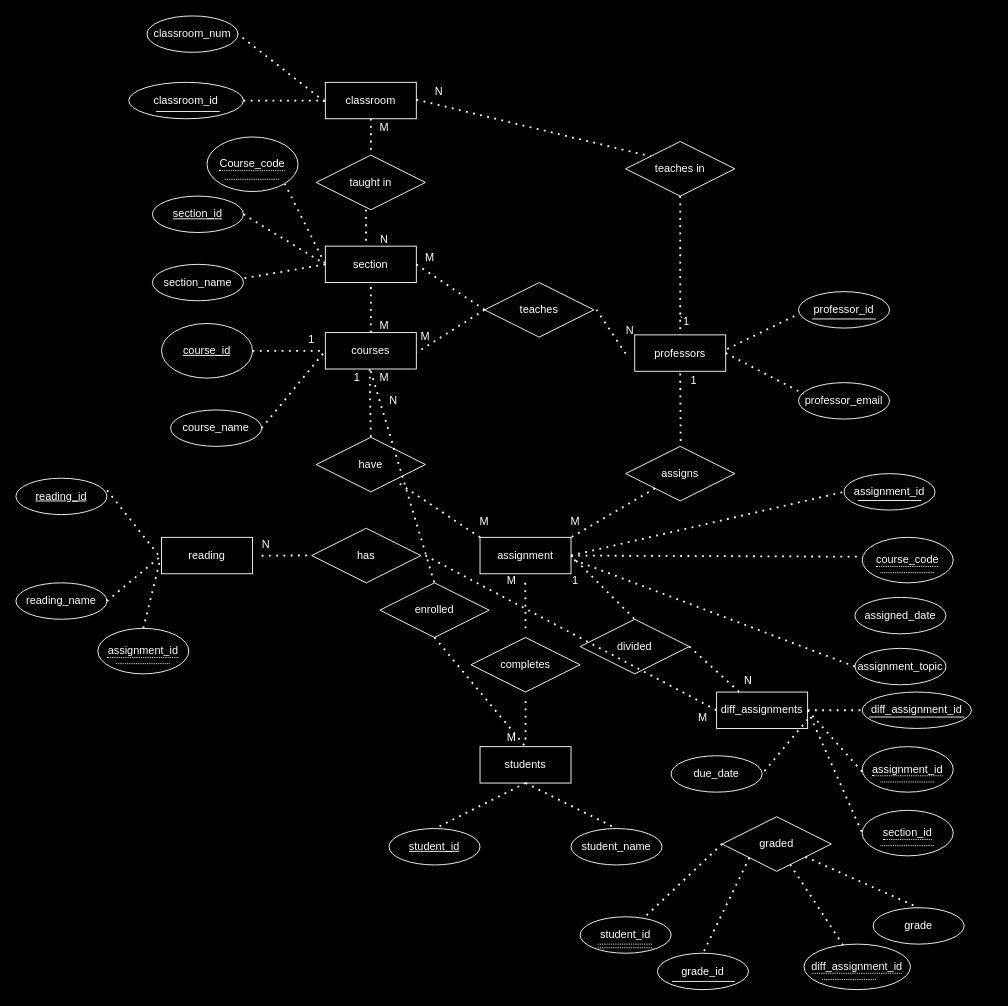
dbdesign-students-spring2024/5-database-design-yaashnaa keeps this draw.io diagram as page "Basic shapes" (1 of 5) of images/digram.drawio. Above is the earlier version. Source tidied: cells renumbered, new cells numbered last; positions are measured from the earlier drawing's top-left corner, leaving out a move shared by most shapes. Both pictures are drawn from the tidied source at 91%, with x=0, y=0 at pixel (15, 15).
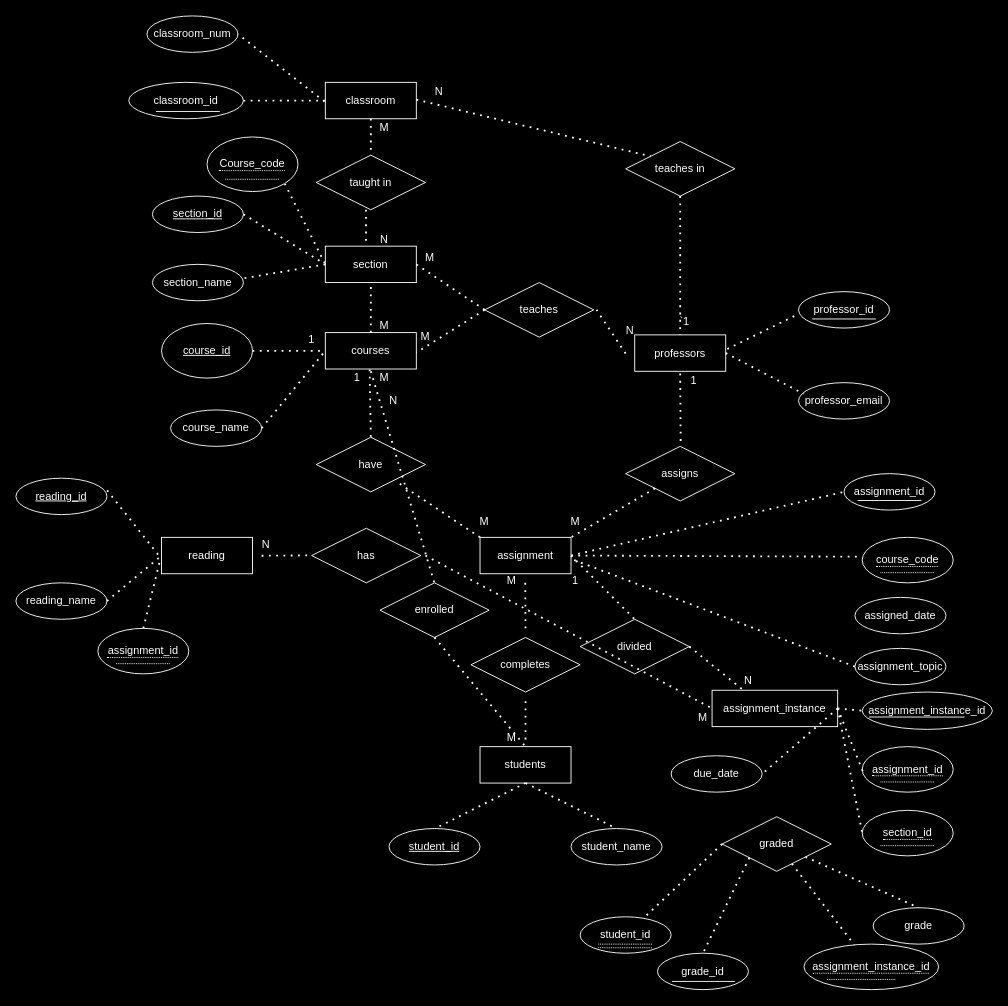
The same diagram, later.

Unchanged cells that the change refers to:
```xml
<mxCell id="100" value="&lt;span style=&quot;border-bottom: 1px dotted&quot;&gt;section_id&lt;/span&gt;" style="ellipse;whiteSpace=wrap;html=1;align=center;strokeColor=#FFFFFF;fillColor=none;fontColor=#FFFFFF;" parent="99" vertex="1">
  <mxGeometry width="100" height="50" as="geometry" />
</mxCell>
<mxCell id="105" value="due_date" style="ellipse;whiteSpace=wrap;html=1;align=center;strokeColor=#FFFFFF;fillColor=none;fontColor=#FFFFFF;" parent="1" vertex="1">
  <mxGeometry x="720" y="813" width="100" height="40" as="geometry" />
</mxCell>
```

What changed in the source:
```diff
@@
-    <mxCell id="4" value="diff_assignment_id" style="ellipse;whiteSpace=wrap;html=1;align=center;strokeColor=#FFFFFF;fillColor=none;fontColor=#FFFFFF;" parent="1" vertex="1">
-      <mxGeometry x="930" y="743" width="120" height="40" as="geometry" />
+    <mxCell id="4" value="assignment_instance_id" style="ellipse;whiteSpace=wrap;html=1;align=center;strokeColor=#FFFFFF;fillColor=none;fontColor=#FFFFFF;" parent="1" vertex="1">
+      <mxGeometry x="930" y="743" width="143" height="41" as="geometry" />
     </mxCell>
@@
-    <mxCell id="90" value="diff_assignments" style="whiteSpace=wrap;html=1;align=center;strokeColor=#FFFFFF;fillColor=none;fontColor=#FFFFFF;" parent="1" vertex="1">
-      <mxGeometry x="770" y="743" width="100" height="40" as="geometry" />
+    <mxCell id="90" value="assignment_instance" style="whiteSpace=wrap;html=1;align=center;strokeColor=#FFFFFF;fillColor=none;fontColor=#FFFFFF;" parent="1" vertex="1">
+      <mxGeometry x="765" y="741" width="138" height="40" as="geometry" />
     </mxCell>
@@
-    <mxCell id="103" style="endArrow=none;dashed=1;html=1;dashPattern=1 3;strokeWidth=2;rounded=0;strokeColor=#FFFFFF;entryX=0;entryY=0.5;entryDx=0;entryDy=0;" parent="1" edge="1" target="100">
-      <mxGeometry relative="1" as="geometry">
-        <mxPoint x="870" y="763" as="sourcePoint" />
-      </mxGeometry>
+    <mxCell id="103" style="endArrow=none;dashed=1;html=1;dashPattern=1 3;strokeWidth=2;rounded=0;strokeColor=#FFFFFF;entryX=0;entryY=0.5;entryDx=0;entryDy=0;exitX=1;exitY=0.5;exitDx=0;exitDy=0;" parent="1" edge="1" source="90" target="100">
+      <mxGeometry relative="1" as="geometry" />
     </mxCell>
@@
-    <mxCell id="106" style="endArrow=none;dashed=1;html=1;dashPattern=1 3;strokeWidth=2;rounded=0;strokeColor=#FFFFFF;entryX=1;entryY=0.5;entryDx=0;entryDy=0;" parent="1" edge="1" target="105">
-      <mxGeometry relative="1" as="geometry">
-        <mxPoint x="870" y="773" as="sourcePoint" />
-      </mxGeometry>
+    <mxCell id="106" style="endArrow=none;dashed=1;html=1;dashPattern=1 3;strokeWidth=2;rounded=0;strokeColor=#FFFFFF;entryX=1;entryY=0.5;entryDx=0;entryDy=0;exitX=1;exitY=0.5;exitDx=0;exitDy=0;" parent="1" edge="1" source="90" target="105">
+      <mxGeometry relative="1" as="geometry" />
     </mxCell>
@@
     <mxCell id="128" style="group;" parent="1" vertex="1">
-      <mxGeometry x="866" y="1020" width="117" height="50" as="geometry" />
+      <mxGeometry x="866" y="1020" width="148" height="50" as="geometry" />
     </mxCell>
-    <mxCell id="129" value="&lt;span style=&quot;border-bottom: 1px dotted&quot;&gt;diff_assignment_id&lt;/span&gt;" style="ellipse;whiteSpace=wrap;html=1;align=center;strokeColor=#FFFFFF;fillColor=none;fontColor=#FFFFFF;" parent="128" vertex="1">
-      <mxGeometry width="117" height="50" as="geometry" />
+    <mxCell id="129" value="&lt;span style=&quot;border-bottom: 1px dotted&quot;&gt;assignment_instance_id&lt;/span&gt;" style="ellipse;whiteSpace=wrap;html=1;align=center;strokeColor=#FFFFFF;fillColor=none;fontColor=#FFFFFF;" parent="128" vertex="1">
+      <mxGeometry width="148" height="50" as="geometry" />
     </mxCell>
     <mxCell id="130" style="endArrow=none;html=1;fontColor=#FFFFFF;strokeColor=#FFFFFF;dashed=1;dashPattern=1 1;" parent="128" edge="1">
       <mxGeometry relative="1" as="geometry">
-        <mxPoint x="20" y="38.8" as="sourcePoint" />
-        <mxPoint x="80" y="38.8" as="targetPoint" />
+        <mxPoint x="25.3" y="38.8" as="sourcePoint" />
+        <mxPoint x="101.2" y="38.8" as="targetPoint" />
       </mxGeometry>
     </mxCell>
```
